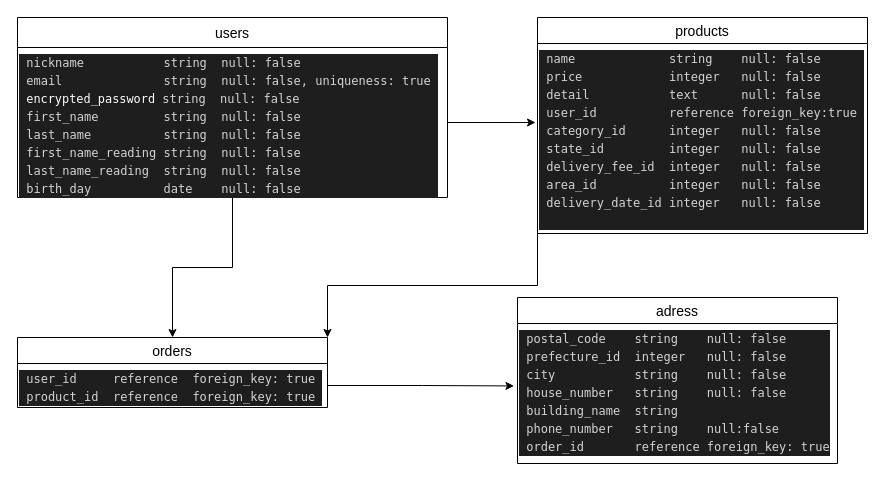
yuki986/furima-32624 keeps this draw.io diagram as furima.dio. Above is the earlier version. Source tidied: cells renumbered, new cells numbered last; positions are measured from the earlier drawing's top-left corner, leaving out a move shared by most shapes. Both pictures are drawn from the tidied source at 100%, with x=0, y=0 at pixel (17, 17).
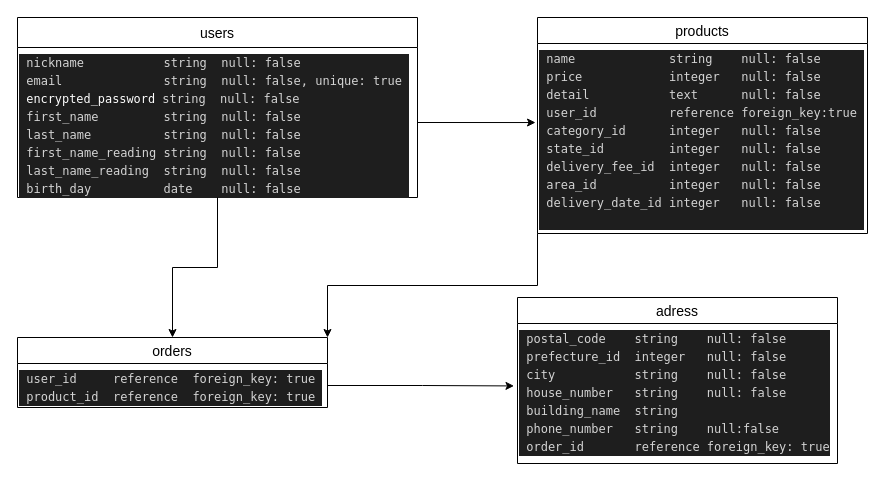
After the change.

Diff of the diagram source:
```diff
@@
 <mxGraphModel>
   <root>
     <mxCell id="0" />
     <mxCell id="1" parent="0" />
     <mxCell id="2" value="users" style="swimlane;fontStyle=0;horizontal=1;startSize=30;align=center;fontSize=14;" parent="1" vertex="1">
-      <mxGeometry width="430" height="180" as="geometry" />
+      <mxGeometry width="400" height="180" as="geometry" />
     </mxCell>
-    <mxCell id="3" value="&lt;div style=&quot;background-color: rgb(30 , 30 , 30) ; font-family: &amp;#34;menlo&amp;#34; , &amp;#34;monaco&amp;#34; , &amp;#34;courier new&amp;#34; , monospace ; font-weight: normal ; font-size: 12px ; line-height: 18px&quot;&gt;&lt;div style=&quot;color: rgb(212 , 212 , 212)&quot;&gt;&lt;span style=&quot;color: #d4d4d4&quot;&gt;&amp;nbsp;nickname&amp;nbsp; &amp;nbsp; &amp;nbsp; &amp;nbsp; &amp;nbsp; &amp;nbsp;string&amp;nbsp; null: false&amp;nbsp;&lt;/span&gt;&lt;/div&gt;&lt;div style=&quot;color: rgb(212 , 212 , 212)&quot;&gt;&lt;span style=&quot;color: #d4d4d4&quot;&gt;&amp;nbsp;email&amp;nbsp; &amp;nbsp; &amp;nbsp; &amp;nbsp; &amp;nbsp; &amp;nbsp; &amp;nbsp; string&amp;nbsp; null: false, uniqueness: true&amp;nbsp;&lt;/span&gt;&lt;/div&gt;&lt;div&gt;&lt;span style=&quot;color: rgb(212 , 212 , 212)&quot;&gt;&amp;nbsp;&lt;/span&gt;&lt;span style=&quot;background-color: rgba(27 , 31 , 35 , 0.05) ; font-size: 11.9px&quot;&gt;&lt;font color=&quot;#ffffff&quot;&gt;encrypted_password&lt;/font&gt;&lt;/span&gt;&lt;font color=&quot;#d4d4d4&quot;&gt;&amp;nbsp;string&amp;nbsp; null: false&amp;nbsp;&lt;/font&gt;&lt;/div&gt;&lt;div style=&quot;color: rgb(212 , 212 , 212)&quot;&gt;&lt;span style=&quot;color: #d4d4d4&quot;&gt;&amp;nbsp;first_name&amp;nbsp; &amp;nbsp; &amp;nbsp; &amp;nbsp; &amp;nbsp;string&amp;nbsp; null: false&amp;nbsp;&lt;/span&gt;&lt;/div&gt;&lt;div style=&quot;color: rgb(212 , 212 , 212)&quot;&gt;&lt;span style=&quot;color: #d4d4d4&quot;&gt;&amp;nbsp;last_name&amp;nbsp; &amp;nbsp; &amp;nbsp; &amp;nbsp; &amp;nbsp; string&amp;nbsp; null: false&amp;nbsp;&lt;/span&gt;&lt;/div&gt;&lt;div style=&quot;color: rgb(212 , 212 , 212)&quot;&gt;&lt;span style=&quot;color: #d4d4d4&quot;&gt;&amp;nbsp;first_name_reading string&amp;nbsp; null: false &lt;/span&gt;&amp;nbsp;&lt;/div&gt;&lt;div style=&quot;color: rgb(212 , 212 , 212)&quot;&gt;&amp;nbsp;last_name_reading&amp;nbsp; string&amp;nbsp; null: false&amp;nbsp;&lt;/div&gt;&lt;div style=&quot;color: rgb(212 , 212 , 212)&quot;&gt;&lt;span style=&quot;color: #d4d4d4&quot;&gt;&amp;nbsp;birth_day&amp;nbsp; &amp;nbsp; &amp;nbsp; &amp;nbsp; &amp;nbsp; date&amp;nbsp; &amp;nbsp; null: false&amp;nbsp;&lt;/span&gt;&lt;/div&gt;&lt;/div&gt;" style="text;whiteSpace=wrap;html=1;" parent="2" vertex="1">
-      <mxGeometry y="30" width="430" height="150" as="geometry" />
+    <mxCell id="3" value="&lt;div style=&quot;background-color: rgb(30 , 30 , 30) ; font-family: &amp;#34;menlo&amp;#34; , &amp;#34;monaco&amp;#34; , &amp;#34;courier new&amp;#34; , monospace ; font-weight: normal ; font-size: 12px ; line-height: 18px&quot;&gt;&lt;div style=&quot;color: rgb(212 , 212 , 212)&quot;&gt;&lt;span style=&quot;color: #d4d4d4&quot;&gt;&amp;nbsp;nickname&amp;nbsp; &amp;nbsp; &amp;nbsp; &amp;nbsp; &amp;nbsp; &amp;nbsp;string&amp;nbsp; null: false&amp;nbsp;&lt;/span&gt;&lt;/div&gt;&lt;div style=&quot;color: rgb(212 , 212 , 212)&quot;&gt;&lt;span style=&quot;color: #d4d4d4&quot;&gt;&amp;nbsp;email&amp;nbsp; &amp;nbsp; &amp;nbsp; &amp;nbsp; &amp;nbsp; &amp;nbsp; &amp;nbsp; string&amp;nbsp; null: false, unique: true&amp;nbsp;&lt;/span&gt;&lt;/div&gt;&lt;div&gt;&lt;span style=&quot;color: rgb(212 , 212 , 212)&quot;&gt;&amp;nbsp;&lt;/span&gt;&lt;span style=&quot;background-color: rgba(27 , 31 , 35 , 0.05) ; font-size: 11.9px&quot;&gt;&lt;font color=&quot;#ffffff&quot;&gt;encrypted_password&lt;/font&gt;&lt;/span&gt;&lt;font color=&quot;#d4d4d4&quot;&gt;&amp;nbsp;string&amp;nbsp; null: false&amp;nbsp;&lt;/font&gt;&lt;/div&gt;&lt;div style=&quot;color: rgb(212 , 212 , 212)&quot;&gt;&lt;span style=&quot;color: #d4d4d4&quot;&gt;&amp;nbsp;first_name&amp;nbsp; &amp;nbsp; &amp;nbsp; &amp;nbsp; &amp;nbsp;string&amp;nbsp; null: false&amp;nbsp;&lt;/span&gt;&lt;/div&gt;&lt;div style=&quot;color: rgb(212 , 212 , 212)&quot;&gt;&lt;span style=&quot;color: #d4d4d4&quot;&gt;&amp;nbsp;last_name&amp;nbsp; &amp;nbsp; &amp;nbsp; &amp;nbsp; &amp;nbsp; string&amp;nbsp; null: false&amp;nbsp;&lt;/span&gt;&lt;/div&gt;&lt;div style=&quot;color: rgb(212 , 212 , 212)&quot;&gt;&lt;span style=&quot;color: #d4d4d4&quot;&gt;&amp;nbsp;first_name_reading string&amp;nbsp; null: false &lt;/span&gt;&amp;nbsp;&lt;/div&gt;&lt;div style=&quot;color: rgb(212 , 212 , 212)&quot;&gt;&amp;nbsp;last_name_reading&amp;nbsp; string&amp;nbsp; null: false&amp;nbsp;&lt;/div&gt;&lt;div style=&quot;color: rgb(212 , 212 , 212)&quot;&gt;&lt;span style=&quot;color: #d4d4d4&quot;&gt;&amp;nbsp;birth_day&amp;nbsp; &amp;nbsp; &amp;nbsp; &amp;nbsp; &amp;nbsp; date&amp;nbsp; &amp;nbsp; null: false&amp;nbsp;&lt;/span&gt;&lt;/div&gt;&lt;/div&gt;" style="text;whiteSpace=wrap;html=1;" parent="2" vertex="1">
+      <mxGeometry y="30" width="400" height="150" as="geometry" />
     </mxCell>
     <mxCell id="4" value="products" style="swimlane;fontStyle=0;horizontal=1;startSize=26;align=center;fontSize=14;" parent="1" vertex="1">
       <mxGeometry x="520" width="330" height="216" as="geometry" />
     </mxCell>
     <mxCell id="5" value="&lt;div style=&quot;color: rgb(212 , 212 , 212) ; background-color: rgb(30 , 30 , 30) ; font-family: &amp;#34;menlo&amp;#34; , &amp;#34;monaco&amp;#34; , &amp;#34;courier new&amp;#34; , monospace ; font-weight: normal ; font-size: 12px ; line-height: 18px&quot;&gt;&lt;div&gt;&lt;span style=&quot;color: #d4d4d4&quot;&gt;&amp;nbsp;name&amp;nbsp; &amp;nbsp; &amp;nbsp; &amp;nbsp; &amp;nbsp; &amp;nbsp; &amp;nbsp;string&amp;nbsp; &amp;nbsp; null: false&amp;nbsp;&lt;/span&gt;&lt;/div&gt;&lt;div&gt;&lt;span style=&quot;color: #d4d4d4&quot;&gt;&amp;nbsp;price&amp;nbsp; &amp;nbsp; &amp;nbsp; &amp;nbsp; &amp;nbsp; &amp;nbsp; integer&amp;nbsp; &amp;nbsp;null: false&amp;nbsp;&lt;/span&gt;&lt;/div&gt;&lt;div&gt;&lt;span style=&quot;color: #d4d4d4&quot;&gt;&amp;nbsp;detail&amp;nbsp; &amp;nbsp; &amp;nbsp; &amp;nbsp; &amp;nbsp; &amp;nbsp;text&amp;nbsp; &amp;nbsp; &amp;nbsp; null: false&amp;nbsp;&lt;/span&gt;&lt;/div&gt;&lt;div&gt;&amp;nbsp;user_id&amp;nbsp; &amp;nbsp; &amp;nbsp; &amp;nbsp; &amp;nbsp; reference foreign_key:true&amp;nbsp;&lt;/div&gt;&lt;div&gt;&lt;span style=&quot;color: #d4d4d4&quot;&gt;&amp;nbsp;category_id&amp;nbsp; &amp;nbsp; &amp;nbsp; integer&amp;nbsp; &amp;nbsp;null: false&amp;nbsp;&lt;/span&gt;&lt;/div&gt;&lt;div&gt;&lt;span style=&quot;color: #d4d4d4&quot;&gt;&amp;nbsp;state_id&amp;nbsp; &amp;nbsp; &amp;nbsp; &amp;nbsp; &amp;nbsp;integer&amp;nbsp; &amp;nbsp;null: false&amp;nbsp;&lt;/span&gt;&lt;/div&gt;&lt;div&gt;&lt;span style=&quot;color: #d4d4d4&quot;&gt;&amp;nbsp;delivery_fee_id&amp;nbsp; integer&amp;nbsp; &amp;nbsp;null: false&amp;nbsp;&lt;/span&gt;&lt;/div&gt;&lt;div&gt;&lt;span style=&quot;color: #d4d4d4&quot;&gt;&amp;nbsp;area_id&amp;nbsp; &amp;nbsp; &amp;nbsp; &amp;nbsp; &amp;nbsp; integer&amp;nbsp; &amp;nbsp;null: false&amp;nbsp; &amp;nbsp; &amp;nbsp;&amp;nbsp;&lt;/span&gt;&lt;/div&gt;&lt;div&gt;&lt;span style=&quot;color: #d4d4d4&quot;&gt;&amp;nbsp;delivery_date_id integer&amp;nbsp; &amp;nbsp;null: false&amp;nbsp; &amp;nbsp; &amp;nbsp;&amp;nbsp;&lt;/span&gt;&lt;/div&gt;&lt;br&gt;&lt;/div&gt;" style="text;whiteSpace=wrap;html=1;" parent="4" vertex="1">
       <mxGeometry y="26" width="330" height="190" as="geometry" />
     </mxCell>
     <mxCell id="6" value="adress" style="swimlane;fontStyle=0;horizontal=1;startSize=26;align=center;fontSize=14;" parent="1" vertex="1">
       <mxGeometry x="500" y="280" width="320" height="166" as="geometry" />
     </mxCell>
     <mxCell id="7" value="&lt;div style=&quot;color: rgb(212 , 212 , 212) ; background-color: rgb(30 , 30 , 30) ; font-family: &amp;#34;menlo&amp;#34; , &amp;#34;monaco&amp;#34; , &amp;#34;courier new&amp;#34; , monospace ; font-weight: normal ; font-size: 12px ; line-height: 18px&quot;&gt;&lt;div&gt;&lt;span style=&quot;color: #d4d4d4&quot;&gt;&amp;nbsp;postal_code&amp;nbsp; &amp;nbsp; string&amp;nbsp; &amp;nbsp; null: false&amp;nbsp;&lt;/span&gt;&lt;/div&gt;&lt;div&gt;&lt;span style=&quot;color: #d4d4d4&quot;&gt;&amp;nbsp;prefecture_id&amp;nbsp; integer&amp;nbsp; &amp;nbsp;null: false&amp;nbsp;&lt;/span&gt;&lt;/div&gt;&lt;div&gt;&lt;span style=&quot;color: #d4d4d4&quot;&gt;&amp;nbsp;city&amp;nbsp; &amp;nbsp; &amp;nbsp; &amp;nbsp; &amp;nbsp; &amp;nbsp;string&amp;nbsp; &amp;nbsp; null: false&amp;nbsp;&lt;/span&gt;&lt;/div&gt;&lt;div&gt;&lt;span style=&quot;color: #d4d4d4&quot;&gt;&amp;nbsp;house_number&amp;nbsp; &amp;nbsp;string&amp;nbsp; &amp;nbsp; null: false&amp;nbsp;&lt;/span&gt;&lt;/div&gt;&lt;div&gt;&lt;span style=&quot;color: #d4d4d4&quot;&gt;&amp;nbsp;building_name&amp;nbsp; string&amp;nbsp;&lt;/span&gt;&lt;/div&gt;&lt;div&gt;&lt;span style=&quot;color: #d4d4d4&quot;&gt;&amp;nbsp;phone_number&amp;nbsp; &amp;nbsp;string&amp;nbsp; &amp;nbsp; null:false&amp;nbsp;&lt;/span&gt;&lt;/div&gt;&amp;nbsp;order_id&amp;nbsp; &amp;nbsp; &amp;nbsp; &amp;nbsp;reference foreign_key: true&lt;/div&gt;" style="text;whiteSpace=wrap;html=1;" parent="6" vertex="1">
       <mxGeometry y="26" width="320" height="140" as="geometry" />
     </mxCell>
     <mxCell id="8" value="orders" style="swimlane;fontStyle=0;horizontal=1;startSize=26;align=center;fontSize=14;" parent="1" vertex="1">
       <mxGeometry y="320" width="310" height="70" as="geometry" />
     </mxCell>
     <mxCell id="9" value="&lt;div style=&quot;color: rgb(212 , 212 , 212) ; background-color: rgb(30 , 30 , 30) ; font-family: &amp;#34;menlo&amp;#34; , &amp;#34;monaco&amp;#34; , &amp;#34;courier new&amp;#34; , monospace ; font-weight: normal ; font-size: 12px ; line-height: 18px&quot;&gt;&lt;div&gt;&lt;span style=&quot;color: #d4d4d4&quot;&gt;&amp;nbsp;user_id&amp;nbsp; &amp;nbsp; &amp;nbsp;reference&amp;nbsp; foreign_key: true&amp;nbsp;&lt;/span&gt;&lt;/div&gt;&lt;div&gt;&lt;span style=&quot;color: #d4d4d4&quot;&gt;&amp;nbsp;product_id&amp;nbsp; reference&amp;nbsp; foreign_key: true&amp;nbsp;&lt;/span&gt;&lt;/div&gt;&lt;/div&gt;" style="text;whiteSpace=wrap;html=1;" parent="8" vertex="1">
       <mxGeometry y="26" width="310" height="44" as="geometry" />
     </mxCell>
     <mxCell id="10" style="edgeStyle=orthogonalEdgeStyle;rounded=0;jettySize=auto;html=1;entryX=0.5;entryY=0;entryDx=0;entryDy=0;" parent="1" edge="1" source="3" target="8">
       <mxGeometry relative="1" as="geometry" />
     </mxCell>
     <mxCell id="11" style="edgeStyle=orthogonalEdgeStyle;rounded=0;jettySize=auto;html=1;exitX=1;exitY=0.5;exitDx=0;exitDy=0;entryX=-0.011;entryY=0.446;entryDx=0;entryDy=0;entryPerimeter=0;" parent="1" edge="1" source="9" target="7">
       <mxGeometry relative="1" as="geometry" />
     </mxCell>
     <mxCell id="12" style="edgeStyle=orthogonalEdgeStyle;rounded=0;jettySize=auto;html=1;exitX=1;exitY=0.5;exitDx=0;exitDy=0;entryX=-0.006;entryY=0.416;entryDx=0;entryDy=0;entryPerimeter=0;" parent="1" edge="1" source="3" target="5">
       <mxGeometry relative="1" as="geometry" />
     </mxCell>
     <mxCell id="13" style="edgeStyle=orthogonalEdgeStyle;rounded=0;jettySize=auto;html=1;exitX=0;exitY=1;exitDx=0;exitDy=0;entryX=1;entryY=0;entryDx=0;entryDy=0;" parent="1" edge="1" source="5" target="8">
       <mxGeometry relative="1" as="geometry" />
     </mxCell>
   </root>
 </mxGraphModel>
```
